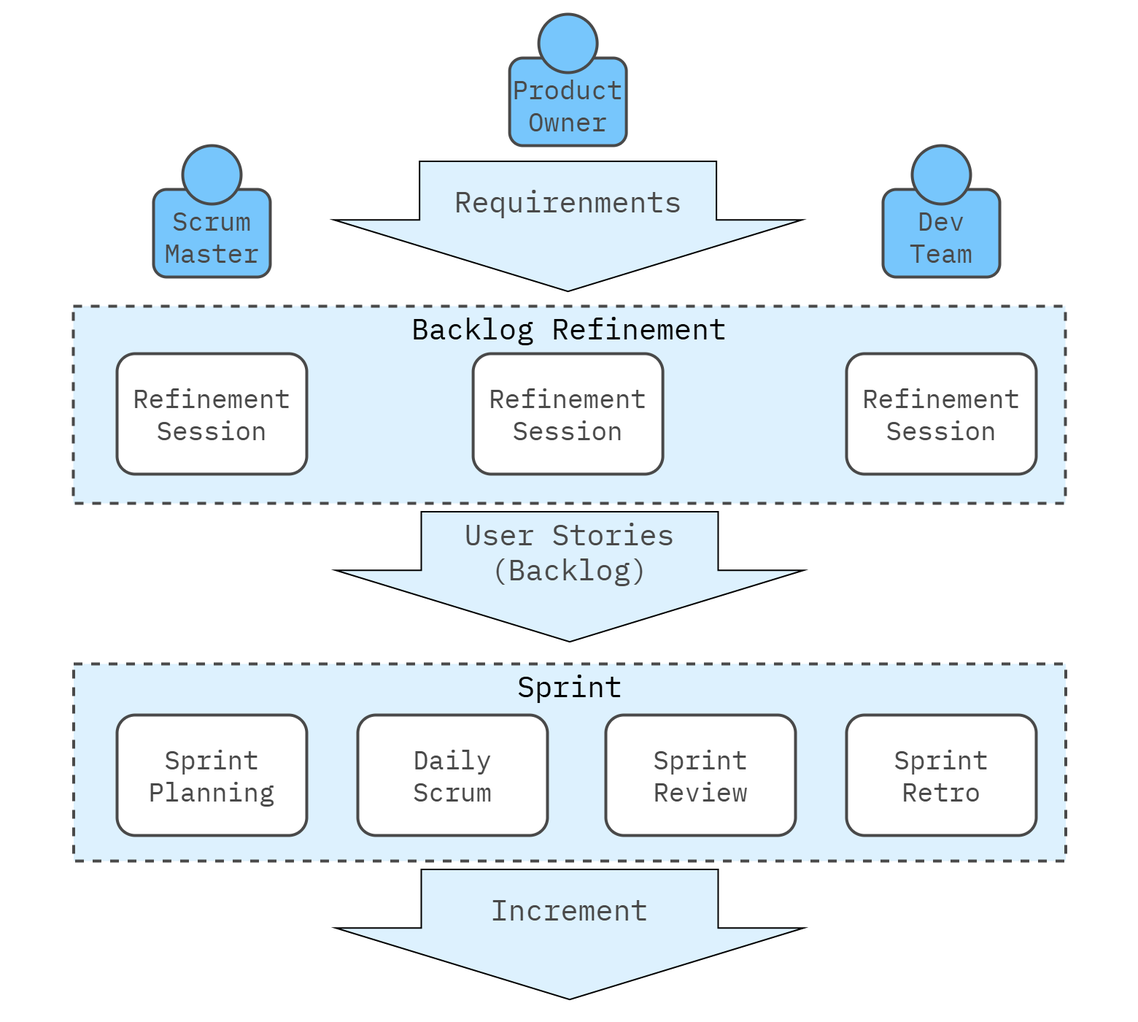
software-architecture-guild/software-architecture-guild.github.io keeps this draw.io diagram as images/organization/team.scrum.drawio.png. Above is the earlier version. Source tidied: cells renumbered, new cells last; positions are measured from the earlier drawing's top-left corner, leaving out a move shared by most shapes.
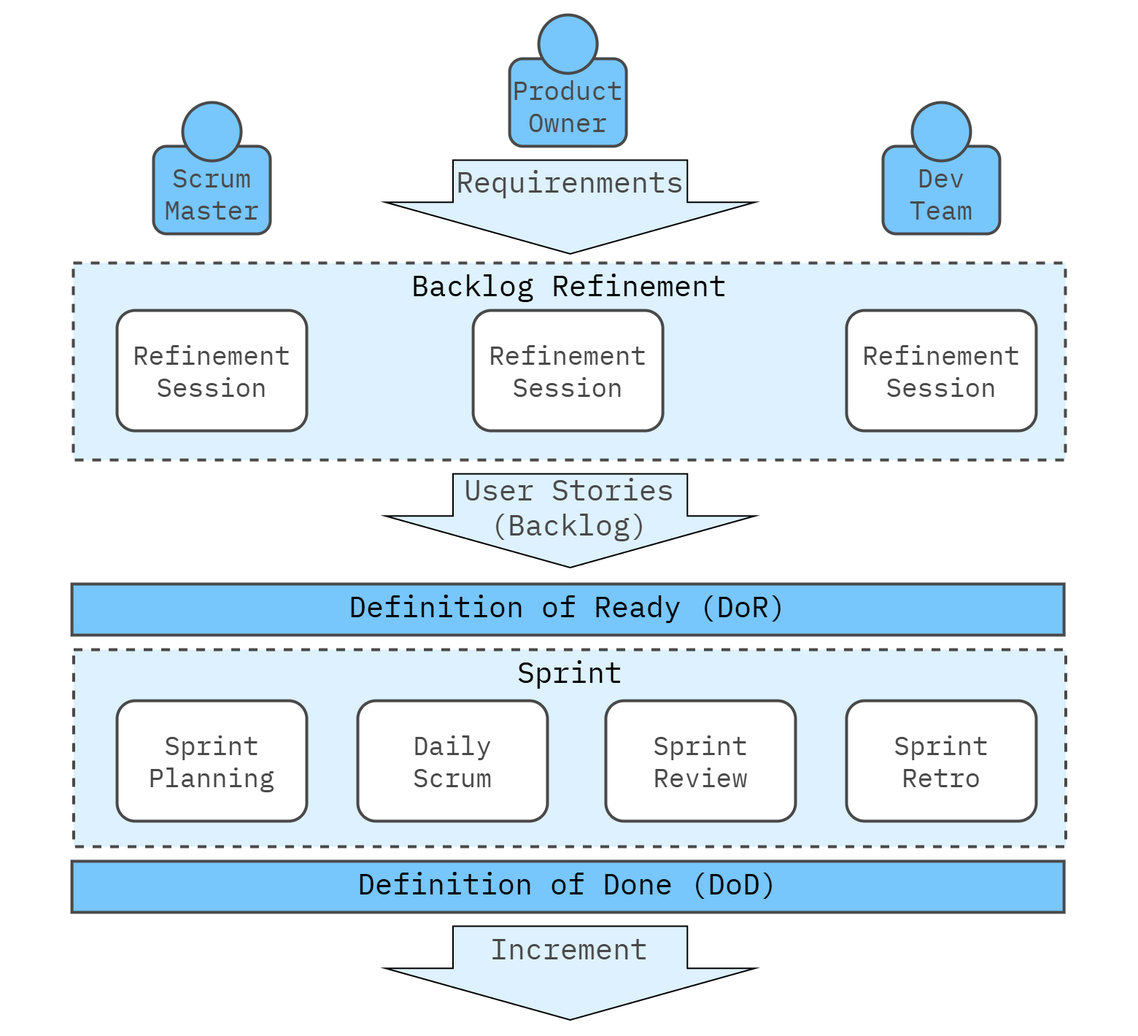
Later version of the same file.

Commit message:
added Scrum DoD and DoR to team.md

Change to the diagram source:
```diff
@@ -3,7 +3,7 @@
     <mxCell id="0" />
     <mxCell id="1" parent="0" />
     <mxCell id="2" style="rounded=0;whiteSpace=wrap;html=1;strokeColor=none;strokeWidth=4;align=center;verticalAlign=middle;fontFamily=IBM Plex Mono;fontSource=https%3A%2F%2Ffonts.googleapis.com%2Fcss%3Ffamily%3DIBM%2BPlex%2BMono;fontSize=64;fontColor=#494949;fillColor=none;" parent="1" vertex="1">
-      <mxGeometry y="10" width="1560" height="1400" as="geometry" />
+      <mxGeometry y="70" width="1560" height="1420" as="geometry" />
     </mxCell>
     <mxCell id="3" value="Backlog Refinement" style="rounded=0;whiteSpace=wrap;html=1;fillColor=#DDF1FE;strokeColor=#494949;strokeWidth=4;perimeterSpacing=1;dashed=1;verticalAlign=top;fontFamily=IBM Plex Mono;fontSource=https%3A%2F%2Ffonts.googleapis.com%2Fcss%3Ffamily%3DIBM%2BPlex%2BMono;fontSize=40;" parent="1" vertex="1">
       <mxGeometry x="100" y="430" width="1360" height="270" as="geometry" />
@@ -12,7 +12,7 @@
       <mxGeometry x="160" y="495" width="260" height="165" as="geometry" />
     </mxCell>
     <mxCell id="5" style="shape=singleArrow;whiteSpace=wrap;html=1;arrowWidth=0.6346481017358192;arrowSize=0.549825836133588;fillColor=#DDF1FE;rotation=90;strokeWidth=2;" parent="1" vertex="1">
-      <mxGeometry x="689.1" width="178.1" height="641.2" as="geometry" />
+      <mxGeometry x="716.9" y="100" width="128.4" height="506.2" as="geometry" />
     </mxCell>
     <mxCell id="6" style="rounded=1;whiteSpace=wrap;html=1;strokeWidth=4;strokeColor=#494949;fillColor=#77C6FC;" parent="1" vertex="1">
       <mxGeometry x="1210" y="270" width="160" height="120" as="geometry" />
@@ -21,10 +21,10 @@
       <mxGeometry x="1250" y="210" width="80" height="80" as="geometry" />
     </mxCell>
     <mxCell id="8" style="rounded=1;whiteSpace=wrap;html=1;strokeWidth=4;strokeColor=#494949;fillColor=#77C6FC;" parent="1" vertex="1">
-      <mxGeometry x="698.1" y="90" width="160" height="120" as="geometry" />
+      <mxGeometry x="698.1" y="150" width="160" height="120" as="geometry" />
     </mxCell>
     <mxCell id="9" style="ellipse;whiteSpace=wrap;html=1;strokeWidth=4;strokeColor=#494949;fillColor=#77C6FC;" parent="1" vertex="1">
-      <mxGeometry x="738.1" y="30" width="80" height="80" as="geometry" />
+      <mxGeometry x="738.1" y="90" width="80" height="80" as="geometry" />
     </mxCell>
     <mxCell id="10" style="rounded=1;whiteSpace=wrap;html=1;strokeWidth=4;strokeColor=#494949;fillColor=#77C6FC;" parent="1" vertex="1">
       <mxGeometry x="210" y="270" width="160" height="120" as="geometry" />
@@ -36,13 +36,13 @@
       <mxGeometry x="220" y="297.5" width="140" height="75" as="geometry" />
     </mxCell>
     <mxCell id="13" value="Product&lt;br&gt;Owner" style="text;html=1;align=center;verticalAlign=middle;whiteSpace=wrap;rounded=0;fontFamily=IBM Plex Mono;fontSource=https%3A%2F%2Ffonts.googleapis.com%2Fcss%3Ffamily%3DIBM%2BPlex%2BMono;fontSize=36;fontColor=#494949;strokeWidth=4;strokeColor=none;fillColor=#77C6FC;" parent="1" vertex="1">
-      <mxGeometry x="708.1" y="117.5" width="140" height="75" as="geometry" />
+      <mxGeometry x="708.1" y="177.5" width="140" height="75" as="geometry" />
     </mxCell>
     <mxCell id="14" value="Dev&lt;br&gt;Team" style="text;html=1;align=center;verticalAlign=middle;whiteSpace=wrap;rounded=0;fontFamily=IBM Plex Mono;fontSource=https%3A%2F%2Ffonts.googleapis.com%2Fcss%3Ffamily%3DIBM%2BPlex%2BMono;fontSize=36;fontColor=#494949;strokeWidth=4;strokeColor=none;fillColor=#77C6FC;" parent="1" vertex="1">
       <mxGeometry x="1220" y="297.5" width="140" height="75" as="geometry" />
     </mxCell>
     <mxCell id="15" value="Requirenments" style="text;html=1;align=center;verticalAlign=middle;whiteSpace=wrap;rounded=0;fontFamily=IBM Plex Mono;fontSource=https%3A%2F%2Ffonts.googleapis.com%2Fcss%3Ffamily%3DIBM%2BPlex%2BMono;fontSize=40;fontColor=#494949;strokeWidth=4;strokeColor=none;fillColor=none;" parent="1" vertex="1">
-      <mxGeometry x="575.6" y="230.9" width="405" height="110" as="geometry" />
+      <mxGeometry x="620.5" y="288.3" width="320" height="59.1" as="geometry" />
     </mxCell>
     <mxCell id="16" value="Refinement&lt;div&gt;Session&lt;/div&gt;" style="rounded=1;whiteSpace=wrap;html=1;fillColor=#FFFFFF;fontColor=#494949;strokeWidth=4;strokeColor=#494949;fontFamily=IBM Plex Mono;fontSource=https%3A%2F%2Ffonts.googleapis.com%2Fcss%3Ffamily%3DIBM%2BPlex%2BMono;fontSize=36;" parent="1" vertex="1">
       <mxGeometry x="648.1" y="495" width="260" height="165" as="geometry" />
@@ -50,32 +50,38 @@
     <mxCell id="17" value="Refinement&lt;div&gt;Session&lt;/div&gt;" style="rounded=1;whiteSpace=wrap;html=1;fillColor=#FFFFFF;fontColor=#494949;strokeWidth=4;strokeColor=#494949;fontFamily=IBM Plex Mono;fontSource=https%3A%2F%2Ffonts.googleapis.com%2Fcss%3Ffamily%3DIBM%2BPlex%2BMono;fontSize=36;" parent="1" vertex="1">
       <mxGeometry x="1160" y="495" width="260" height="165" as="geometry" />
     </mxCell>
-    <mxCell id="18" style="shape=singleArrow;whiteSpace=wrap;html=1;arrowWidth=0.6346481017358192;arrowSize=0.549825836133588;fillColor=#DDF1FE;rotation=90;strokeWidth=2;" parent="1" vertex="1">
-      <mxGeometry x="691.4" y="480" width="178.1" height="641.2" as="geometry" />
-    </mxCell>
-    <mxCell id="19" value="User Stories&lt;br&gt;(Backlog)" style="text;html=1;align=center;verticalAlign=middle;whiteSpace=wrap;rounded=0;fontFamily=IBM Plex Mono;fontSource=https%3A%2F%2Ffonts.googleapis.com%2Fcss%3Ffamily%3DIBM%2BPlex%2BMono;fontSize=40;fontColor=#494949;strokeWidth=4;strokeColor=none;fillColor=none;" parent="1" vertex="1">
-      <mxGeometry x="578" y="710.9" width="405" height="110" as="geometry" />
-    </mxCell>
     <mxCell id="20" value="Sprint" style="rounded=0;whiteSpace=wrap;html=1;fillColor=#DDF1FE;strokeColor=#494949;strokeWidth=4;perimeterSpacing=1;dashed=1;verticalAlign=top;fontFamily=IBM Plex Mono;fontSource=https%3A%2F%2Ffonts.googleapis.com%2Fcss%3Ffamily%3DIBM%2BPlex%2BMono;fontSize=40;" parent="1" vertex="1">
-      <mxGeometry x="100.5" y="920" width="1360" height="270" as="geometry" />
+      <mxGeometry x="100.5" y="960" width="1360" height="270" as="geometry" />
     </mxCell>
     <mxCell id="21" value="Sprint Planning" style="rounded=1;whiteSpace=wrap;html=1;fillColor=#FFFFFF;fontColor=#494949;strokeWidth=4;strokeColor=#494949;fontFamily=IBM Plex Mono;fontSource=https%3A%2F%2Ffonts.googleapis.com%2Fcss%3Ffamily%3DIBM%2BPlex%2BMono;fontSize=36;" parent="1" vertex="1">
-      <mxGeometry x="160" y="990" width="260" height="165" as="geometry" />
+      <mxGeometry x="160" y="1030" width="260" height="165" as="geometry" />
     </mxCell>
     <mxCell id="22" value="Daily&lt;br&gt;Scrum" style="rounded=1;whiteSpace=wrap;html=1;fillColor=#FFFFFF;fontColor=#494949;strokeWidth=4;strokeColor=#494949;fontFamily=IBM Plex Mono;fontSource=https%3A%2F%2Ffonts.googleapis.com%2Fcss%3Ffamily%3DIBM%2BPlex%2BMono;fontSize=36;" parent="1" vertex="1">
-      <mxGeometry x="490" y="990" width="260" height="165" as="geometry" />
+      <mxGeometry x="490" y="1030" width="260" height="165" as="geometry" />
     </mxCell>
     <mxCell id="23" value="Sprint Review" style="rounded=1;whiteSpace=wrap;html=1;fillColor=#FFFFFF;fontColor=#494949;strokeWidth=4;strokeColor=#494949;fontFamily=IBM Plex Mono;fontSource=https%3A%2F%2Ffonts.googleapis.com%2Fcss%3Ffamily%3DIBM%2BPlex%2BMono;fontSize=36;" parent="1" vertex="1">
-      <mxGeometry x="830" y="990" width="260" height="165" as="geometry" />
+      <mxGeometry x="830" y="1030" width="260" height="165" as="geometry" />
     </mxCell>
-    <mxCell id="24" style="shape=singleArrow;whiteSpace=wrap;html=1;arrowWidth=0.6346481017358192;arrowSize=0.549825836133588;fillColor=#DDF1FE;rotation=90;strokeWidth=2;" parent="1" vertex="1">
-      <mxGeometry x="691.4" y="970" width="178.1" height="641.2" as="geometry" />
-    </mxCell>
+    <mxCell id="26" value="Sprint Retro" style="rounded=1;whiteSpace=wrap;html=1;fillColor=#FFFFFF;fontColor=#494949;strokeWidth=4;strokeColor=#494949;fontFamily=IBM Plex Mono;fontSource=https%3A%2F%2Ffonts.googleapis.com%2Fcss%3Ffamily%3DIBM%2BPlex%2BMono;fontSize=36;" parent="1" vertex="1">
+      <mxGeometry x="1160" y="1030" width="260" height="165" as="geometry" />
+    </mxCell>
+    <mxCell id="27" value="Definition of Ready (DoR)" style="rounded=0;whiteSpace=wrap;html=1;fillColor=#77C6FC;strokeColor=#494949;strokeWidth=4;perimeterSpacing=1;verticalAlign=top;fontFamily=IBM Plex Mono;fontSource=https%3A%2F%2Ffonts.googleapis.com%2Fcss%3Ffamily%3DIBM%2BPlex%2BMono;fontSize=40;" parent="1" vertex="1">
+      <mxGeometry x="98.1" y="870" width="1360" height="70" as="geometry" />
+    </mxCell>
+    <mxCell id="28" value="Definition of Done (DoD)" style="rounded=0;whiteSpace=wrap;html=1;fillColor=#77C6FC;strokeColor=#494949;strokeWidth=4;perimeterSpacing=1;verticalAlign=top;fontFamily=IBM Plex Mono;fontSource=https%3A%2F%2Ffonts.googleapis.com%2Fcss%3Ffamily%3DIBM%2BPlex%2BMono;fontSize=40;" parent="1" vertex="1">
+      <mxGeometry x="98.1" y="1250" width="1360" height="70" as="geometry" />
+    </mxCell>
+    <mxCell id="29" style="shape=singleArrow;whiteSpace=wrap;html=1;arrowWidth=0.6346481017358192;arrowSize=0.549825836133588;fillColor=#DDF1FE;rotation=90;strokeWidth=2;" parent="1" vertex="1">
+      <mxGeometry x="716.9" y="530" width="128.4" height="506.2" as="geometry" />
+    </mxCell>
+    <mxCell id="19" value="User Stories&lt;br&gt;(Backlog)" style="text;html=1;align=center;verticalAlign=middle;whiteSpace=wrap;rounded=0;fontFamily=IBM Plex Mono;fontSource=https%3A%2F%2Ffonts.googleapis.com%2Fcss%3Ffamily%3DIBM%2BPlex%2BMono;fontSize=40;fontColor=#494949;strokeWidth=4;strokeColor=none;fillColor=none;" parent="1" vertex="1">
+      <mxGeometry x="620" y="718.3" width="320" height="91.7" as="geometry" />
+    </mxCell>
+    <mxCell id="30" style="shape=singleArrow;whiteSpace=wrap;html=1;arrowWidth=0.6346481017358192;arrowSize=0.549825836133588;fillColor=#DDF1FE;rotation=90;strokeWidth=2;" parent="1" vertex="1">
+      <mxGeometry x="716.9" y="1150" width="128.4" height="506.2" as="geometry" />
+    </mxCell>
     <mxCell id="25" value="Increment" style="text;html=1;align=center;verticalAlign=middle;whiteSpace=wrap;rounded=0;fontFamily=IBM Plex Mono;fontSource=https%3A%2F%2Ffonts.googleapis.com%2Fcss%3Ffamily%3DIBM%2BPlex%2BMono;fontSize=40;fontColor=#494949;strokeWidth=4;strokeColor=none;fillColor=none;" parent="1" vertex="1">
-      <mxGeometry x="578" y="1200.9" width="405" height="110" as="geometry" />
+      <mxGeometry x="620" y="1338.3" width="320" height="61.7" as="geometry" />
     </mxCell>
-    <mxCell id="26" value="Sprint Retro" style="rounded=1;whiteSpace=wrap;html=1;fillColor=#FFFFFF;fontColor=#494949;strokeWidth=4;strokeColor=#494949;fontFamily=IBM Plex Mono;fontSource=https%3A%2F%2Ffonts.googleapis.com%2Fcss%3Ffamily%3DIBM%2BPlex%2BMono;fontSize=36;" parent="1" vertex="1">
-      <mxGeometry x="1160" y="990" width="260" height="165" as="geometry" />
-    </mxCell>
   </root>
 </mxGraphModel>
```
